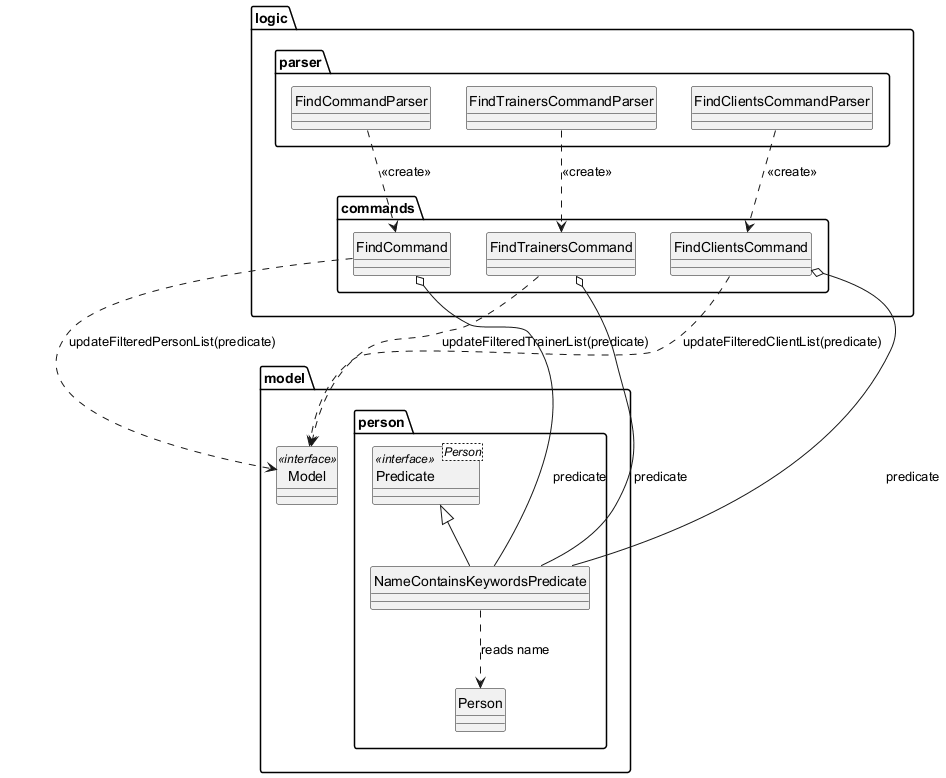
AY2526S2-CS2103T-T17-1/tp keeps this PlantUML diagram as docs/images/find/FindFeatureClassDiagram.png. Above is the earlier version. Its diagram source:
```plantuml
@startuml
skinparam classAttributeIconSize 0
hide circle

package "logic.parser" {
  class FindCommandParser
  class FindTrainersCommandParser
  class FindClientsCommandParser
}

package "logic.commands" {
  class FindCommand
  class FindTrainersCommand
  class FindClientsCommand
}

package "model.person" {
  class "Predicate<Person>" as Predicate <<interface>>
  class NameContainsKeywordsPredicate
  class Person
}

package "model" {
  class Model <<interface>>
}

FindCommandParser ..> FindCommand : <<create>>
FindTrainersCommandParser ..> FindTrainersCommand : <<create>>
FindClientsCommandParser ..> FindClientsCommand : <<create>>

FindCommand ..> Model : updateFilteredPersonList(predicate)
FindTrainersCommand ..> Model : updateFilteredTrainerList(predicate)
FindClientsCommand ..> Model : updateFilteredClientList(predicate)

NameContainsKeywordsPredicate -up-|> Predicate
NameContainsKeywordsPredicate ..> Person : reads name

FindCommand o-- NameContainsKeywordsPredicate : predicate
FindTrainersCommand o-- NameContainsKeywordsPredicate : predicate
FindClientsCommand o-- NameContainsKeywordsPredicate : predicate
@enduml
```
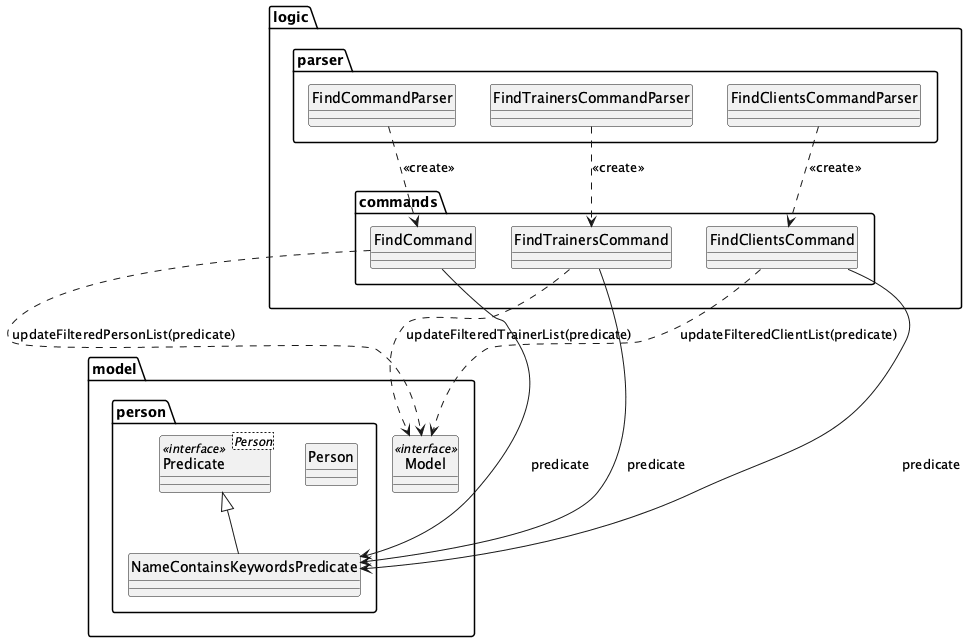
After the commit.

The edit, as a diff of the source:
```diff
@@ -33,9 +33,8 @@
 FindClientsCommand ..> Model : updateFilteredClientList(predicate)
 
 NameContainsKeywordsPredicate -up-|> Predicate
-NameContainsKeywordsPredicate ..> Person : reads name
 
-FindCommand o-- NameContainsKeywordsPredicate : predicate
-FindTrainersCommand o-- NameContainsKeywordsPredicate : predicate
-FindClientsCommand o-- NameContainsKeywordsPredicate : predicate
+FindCommand --> NameContainsKeywordsPredicate : predicate
+FindTrainersCommand --> NameContainsKeywordsPredicate : predicate
+FindClientsCommand --> NameContainsKeywordsPredicate : predicate
 @enduml
```
